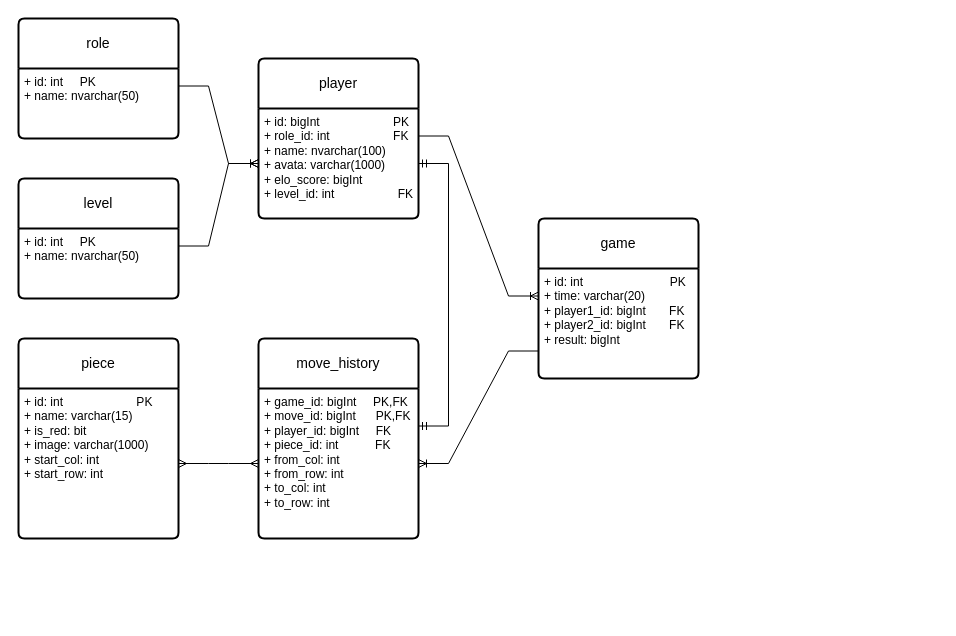
Before: diagram/Untitled Diagram.drawio in vansi1804/ChineseChess, a draw.io diagram. Source tidied: cells renumbered, new cells numbered last; positions are measured from the earlier drawing's top-left corner, leaving out a move shared by most shapes. Both pictures are drawn from the tidied source at 100%, with x=0, y=0 at pixel (18, 18).
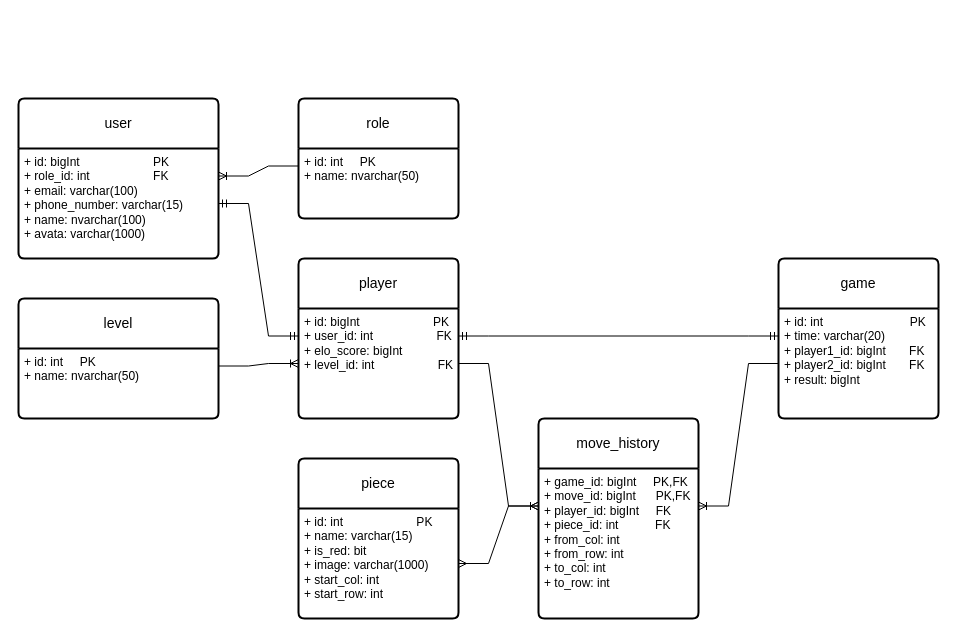
Above is the later version.

Unchanged cells that the change refers to:
```xml
<mxCell id="3" value="+ id: int&amp;nbsp; &amp;nbsp; &amp;nbsp;PK&lt;br&gt;+ name: nvarchar(50)" style="align=left;strokeColor=none;fillColor=none;spacingLeft=4;fontSize=12;verticalAlign=top;html=1;" parent="2" vertex="1">
  <mxGeometry y="50" width="160" height="70" as="geometry" />
</mxCell>
<mxCell id="11" value="+ id: int&amp;nbsp; &amp;nbsp; &amp;nbsp; &amp;nbsp; &amp;nbsp; &amp;nbsp; &amp;nbsp; &amp;nbsp; &amp;nbsp; &amp;nbsp; &amp;nbsp; &amp;nbsp; &amp;nbsp; PK&lt;br&gt;+ time: varchar(20)&lt;br&gt;+ player1_id: bigInt&amp;nbsp; &amp;nbsp; &amp;nbsp; &amp;nbsp;FK&lt;br&gt;+ player2_id: bigInt&amp;nbsp; &amp;nbsp; &amp;nbsp; &amp;nbsp;FK&lt;br&gt;+ result: bigInt&amp;nbsp; &amp;nbsp; &amp;nbsp; &amp;nbsp; &amp;nbsp; &amp;nbsp; &amp;nbsp; &amp;nbsp;" style="align=left;strokeColor=none;fillColor=none;spacingLeft=4;fontSize=12;verticalAlign=top;html=1;" parent="10" vertex="1">
  <mxGeometry y="50" width="160" height="110" as="geometry" />
</mxCell>
<mxCell id="16" value="+ game_id: bigInt&amp;nbsp; &amp;nbsp; &amp;nbsp;PK,FK&lt;br&gt;+ move_id: bigInt&amp;nbsp; &amp;nbsp; &amp;nbsp; PK,FK&lt;br&gt;+ player_id: bigInt&amp;nbsp; &amp;nbsp; &amp;nbsp;FK&lt;br&gt;+ piece_id: int&amp;nbsp; &amp;nbsp; &amp;nbsp; &amp;nbsp; &amp;nbsp; &amp;nbsp;FK&lt;br&gt;+ from_col: int&lt;br&gt;+ from_row: int&lt;br&gt;+ to_col: int&lt;br&gt;+ to_row: int" style="align=left;strokeColor=none;fillColor=none;spacingLeft=4;fontSize=12;verticalAlign=top;html=1;" parent="15" vertex="1">
  <mxGeometry y="50" width="160" height="150" as="geometry" />
</mxCell>
```

The edit, as a diff of the source:
```diff
@@
     <mxCell id="2" value="role" style="swimlane;horizontal=1;startSize=50;rounded=1;fontSize=14;fontStyle=0;strokeWidth=2;shadow=0;dashed=0;align=center;arcSize=4;whiteSpace=wrap;html=1;" parent="1" vertex="1">
-      <mxGeometry width="160" height="120" as="geometry" />
+      <mxGeometry x="280" y="80" width="160" height="120" as="geometry" />
     </mxCell>
@@
     <mxCell id="4" value="player" style="swimlane;horizontal=1;startSize=50;rounded=1;fontSize=14;fontStyle=0;strokeWidth=2;shadow=0;dashed=0;align=center;arcSize=4;whiteSpace=wrap;html=1;" parent="1" vertex="1">
-      <mxGeometry x="240" y="40" width="160" height="160" as="geometry" />
+      <mxGeometry x="280" y="240" width="160" height="160" as="geometry" />
     </mxCell>
-    <mxCell id="5" value="+ id: bigInt&amp;nbsp; &amp;nbsp; &amp;nbsp; &amp;nbsp; &amp;nbsp; &amp;nbsp; &amp;nbsp; &amp;nbsp; &amp;nbsp; &amp;nbsp; &amp;nbsp; PK&lt;br&gt;+ role_id: int&amp;nbsp; &amp;nbsp; &amp;nbsp; &amp;nbsp; &amp;nbsp; &amp;nbsp; &amp;nbsp; &amp;nbsp; &amp;nbsp; &amp;nbsp;FK&lt;br&gt;+ name: nvarchar(100)&lt;br&gt;+ avata: varchar(1000)&lt;br&gt;+ elo_score: bigInt&lt;br&gt;+&amp;nbsp;level_id: int&amp;nbsp; &amp;nbsp; &amp;nbsp; &amp;nbsp; &amp;nbsp; &amp;nbsp; &amp;nbsp; &amp;nbsp; &amp;nbsp; &amp;nbsp;FK&amp;nbsp;" style="align=left;strokeColor=none;fillColor=none;spacingLeft=4;fontSize=12;verticalAlign=top;html=1;" parent="4" vertex="1">
+    <mxCell id="5" value="+ id: bigInt&amp;nbsp; &amp;nbsp; &amp;nbsp; &amp;nbsp; &amp;nbsp; &amp;nbsp; &amp;nbsp; &amp;nbsp; &amp;nbsp; &amp;nbsp; &amp;nbsp; PK&lt;br&gt;+ user_id: int&amp;nbsp; &amp;nbsp; &amp;nbsp; &amp;nbsp; &amp;nbsp; &amp;nbsp; &amp;nbsp; &amp;nbsp; &amp;nbsp; &amp;nbsp;FK&lt;br&gt;+ elo_score: bigInt&lt;br&gt;+&amp;nbsp;level_id: int&amp;nbsp; &amp;nbsp; &amp;nbsp; &amp;nbsp; &amp;nbsp; &amp;nbsp; &amp;nbsp; &amp;nbsp; &amp;nbsp; &amp;nbsp;FK&amp;nbsp;" style="align=left;strokeColor=none;fillColor=none;spacingLeft=4;fontSize=12;verticalAlign=top;html=1;" parent="4" vertex="1">
       <mxGeometry y="50" width="160" height="110" as="geometry" />
     </mxCell>
     <mxCell id="6" value="level" style="swimlane;horizontal=1;startSize=50;rounded=1;fontSize=14;fontStyle=0;strokeWidth=2;shadow=0;dashed=0;align=center;arcSize=4;whiteSpace=wrap;html=1;" parent="1" vertex="1">
-      <mxGeometry y="160" width="160" height="120" as="geometry" />
+      <mxGeometry y="280" width="200" height="120" as="geometry" />
     </mxCell>
     <mxCell id="7" value="+ id: int&amp;nbsp; &amp;nbsp; &amp;nbsp;PK&lt;br&gt;+ name: nvarchar(50)" style="align=left;strokeColor=none;fillColor=none;spacingLeft=4;fontSize=12;verticalAlign=top;html=1;" parent="6" vertex="1">
-      <mxGeometry y="50" width="160" height="70" as="geometry" />
+      <mxGeometry y="50" width="200" height="70" as="geometry" />
     </mxCell>
-    <mxCell id="8" style="edgeStyle=entityRelationEdgeStyle;fontSize=12;html=1;endArrow=ERoneToMany;rounded=0;exitX=1;exitY=0.25;exitDx=0;exitDy=0;" parent="1" edge="1" source="3" target="5">
+    <mxCell id="8" style="edgeStyle=entityRelationEdgeStyle;fontSize=12;html=1;endArrow=ERoneToMany;rounded=0;exitX=0;exitY=0.25;exitDx=0;exitDy=0;entryX=1;entryY=0.25;entryDx=0;entryDy=0;" parent="1" edge="1" source="3" target="21">
       <mxGeometry relative="1" as="geometry" />
     </mxCell>
@@
     <mxCell id="10" value="game" style="swimlane;horizontal=1;startSize=50;rounded=1;fontSize=14;fontStyle=0;strokeWidth=2;shadow=0;dashed=0;align=center;arcSize=4;whiteSpace=wrap;html=1;" parent="1" vertex="1">
-      <mxGeometry x="520" y="200" width="160" height="160" as="geometry" />
+      <mxGeometry x="760" y="240" width="160" height="160" as="geometry" />
     </mxCell>
@@
-    <mxCell id="12" style="edgeStyle=entityRelationEdgeStyle;fontSize=12;html=1;endArrow=ERoneToMany;rounded=0;entryX=0;entryY=0.25;entryDx=0;entryDy=0;exitX=1;exitY=0.25;exitDx=0;exitDy=0;" parent="1" edge="1" source="5" target="11">
-      <mxGeometry relative="1" as="geometry" />
-    </mxCell>
     <mxCell id="13" value="piece" style="swimlane;horizontal=1;startSize=50;rounded=1;fontSize=14;fontStyle=0;strokeWidth=2;shadow=0;dashed=0;align=center;arcSize=4;whiteSpace=wrap;html=1;" parent="1" vertex="1">
-      <mxGeometry y="320" width="160" height="200" as="geometry" />
+      <mxGeometry x="280" y="440" width="160" height="160" as="geometry" />
     </mxCell>
     <mxCell id="14" value="+ id: int&amp;nbsp; &amp;nbsp; &amp;nbsp; &amp;nbsp; &amp;nbsp; &amp;nbsp; &amp;nbsp; &amp;nbsp; &amp;nbsp; &amp;nbsp; &amp;nbsp; PK&lt;br&gt;+ name: varchar(15)&lt;br&gt;+ is_red: bit&lt;br&gt;+ image: varchar(1000)&lt;br&gt;+ start_col: int&lt;br&gt;+ start_row: int" style="align=left;strokeColor=none;fillColor=none;spacingLeft=4;fontSize=12;verticalAlign=top;html=1;" parent="13" vertex="1">
-      <mxGeometry y="50" width="160" height="150" as="geometry" />
+      <mxGeometry y="50" width="160" height="110" as="geometry" />
     </mxCell>
     <mxCell id="15" value="move_history" style="swimlane;horizontal=1;startSize=50;rounded=1;fontSize=14;fontStyle=0;strokeWidth=2;shadow=0;dashed=0;align=center;arcSize=4;whiteSpace=wrap;html=1;" parent="1" vertex="1">
-      <mxGeometry x="240" y="320" width="160" height="200" as="geometry" />
+      <mxGeometry x="520" y="400" width="160" height="200" as="geometry" />
     </mxCell>
@@
-    <mxCell id="17" style="edgeStyle=entityRelationEdgeStyle;fontSize=12;html=1;endArrow=ERmany;startArrow=ERmany;rounded=0;exitX=1;exitY=0.5;exitDx=0;exitDy=0;" parent="1" edge="1" source="14" target="16">
+    <mxCell id="17" style="edgeStyle=entityRelationEdgeStyle;fontSize=12;html=1;endArrow=ERmany;startArrow=ERmany;rounded=0;exitX=1;exitY=0.5;exitDx=0;exitDy=0;entryX=0;entryY=0.25;entryDx=0;entryDy=0;" parent="1" edge="1" source="14" target="16">
       <mxGeometry relative="1" as="geometry" />
     </mxCell>
-    <mxCell id="18" style="edgeStyle=entityRelationEdgeStyle;fontSize=12;html=1;endArrow=ERoneToMany;rounded=0;exitX=0;exitY=0.75;exitDx=0;exitDy=0;entryX=1;entryY=0.5;entryDx=0;entryDy=0;" parent="1" edge="1" source="11" target="16">
+    <mxCell id="18" style="edgeStyle=entityRelationEdgeStyle;fontSize=12;html=1;endArrow=ERoneToMany;rounded=0;exitX=0;exitY=0.5;exitDx=0;exitDy=0;entryX=1;entryY=0.25;entryDx=0;entryDy=0;" parent="1" edge="1" source="11" target="16">
       <mxGeometry relative="1" as="geometry" />
     </mxCell>
-    <mxCell id="19" style="edgeStyle=entityRelationEdgeStyle;fontSize=12;html=1;endArrow=ERmandOne;startArrow=ERmandOne;rounded=0;entryX=1;entryY=0.5;entryDx=0;entryDy=0;exitX=1;exitY=0.25;exitDx=0;exitDy=0;" parent="1" edge="1" source="16" target="5">
+    <mxCell id="19" style="edgeStyle=entityRelationEdgeStyle;fontSize=12;html=1;endArrow=ERmandOne;startArrow=ERmandOne;rounded=0;entryX=1;entryY=0.25;entryDx=0;entryDy=0;exitX=0;exitY=0.25;exitDx=0;exitDy=0;" parent="1" edge="1" source="11" target="5">
       <mxGeometry relative="1" as="geometry" />
     </mxCell>
+    <mxCell id="20" value="user" style="swimlane;horizontal=1;startSize=50;rounded=1;fontSize=14;fontStyle=0;strokeWidth=2;shadow=0;dashed=0;align=center;arcSize=4;whiteSpace=wrap;html=1;" parent="1" vertex="1">
+      <mxGeometry y="80" width="200" height="160" as="geometry" />
+    </mxCell>
+    <mxCell id="21" value="+ id: bigInt&amp;nbsp; &amp;nbsp; &amp;nbsp; &amp;nbsp; &amp;nbsp; &amp;nbsp; &amp;nbsp; &amp;nbsp; &amp;nbsp; &amp;nbsp; &amp;nbsp; PK&lt;br&gt;+ role_id: int&amp;nbsp; &amp;nbsp; &amp;nbsp; &amp;nbsp; &amp;nbsp; &amp;nbsp; &amp;nbsp; &amp;nbsp; &amp;nbsp; &amp;nbsp;FK&lt;br&gt;+ email: varchar(100)&lt;br style=&quot;border-color: var(--border-color);&quot;&gt;+ phone_number: varchar(15)&lt;br&gt;+ name: nvarchar(100)&lt;br&gt;+ avata: varchar(1000)" style="align=left;strokeColor=none;fillColor=none;spacingLeft=4;fontSize=12;verticalAlign=top;html=1;" parent="20" vertex="1">
+      <mxGeometry y="50" width="200" height="110" as="geometry" />
+    </mxCell>
+    <mxCell id="22" style="edgeStyle=entityRelationEdgeStyle;fontSize=12;html=1;endArrow=ERmandOne;startArrow=ERmandOne;rounded=0;entryX=0;entryY=0.25;entryDx=0;entryDy=0;" parent="1" edge="1" source="21" target="5">
+      <mxGeometry relative="1" as="geometry" />
+    </mxCell>
+    <mxCell id="23" style="edgeStyle=entityRelationEdgeStyle;fontSize=12;html=1;endArrow=ERoneToMany;rounded=0;entryX=0;entryY=0.25;entryDx=0;entryDy=0;exitX=1;exitY=0.5;exitDx=0;exitDy=0;" parent="1" edge="1" source="5" target="16">
+      <mxGeometry relative="1" as="geometry" />
+    </mxCell>
```
